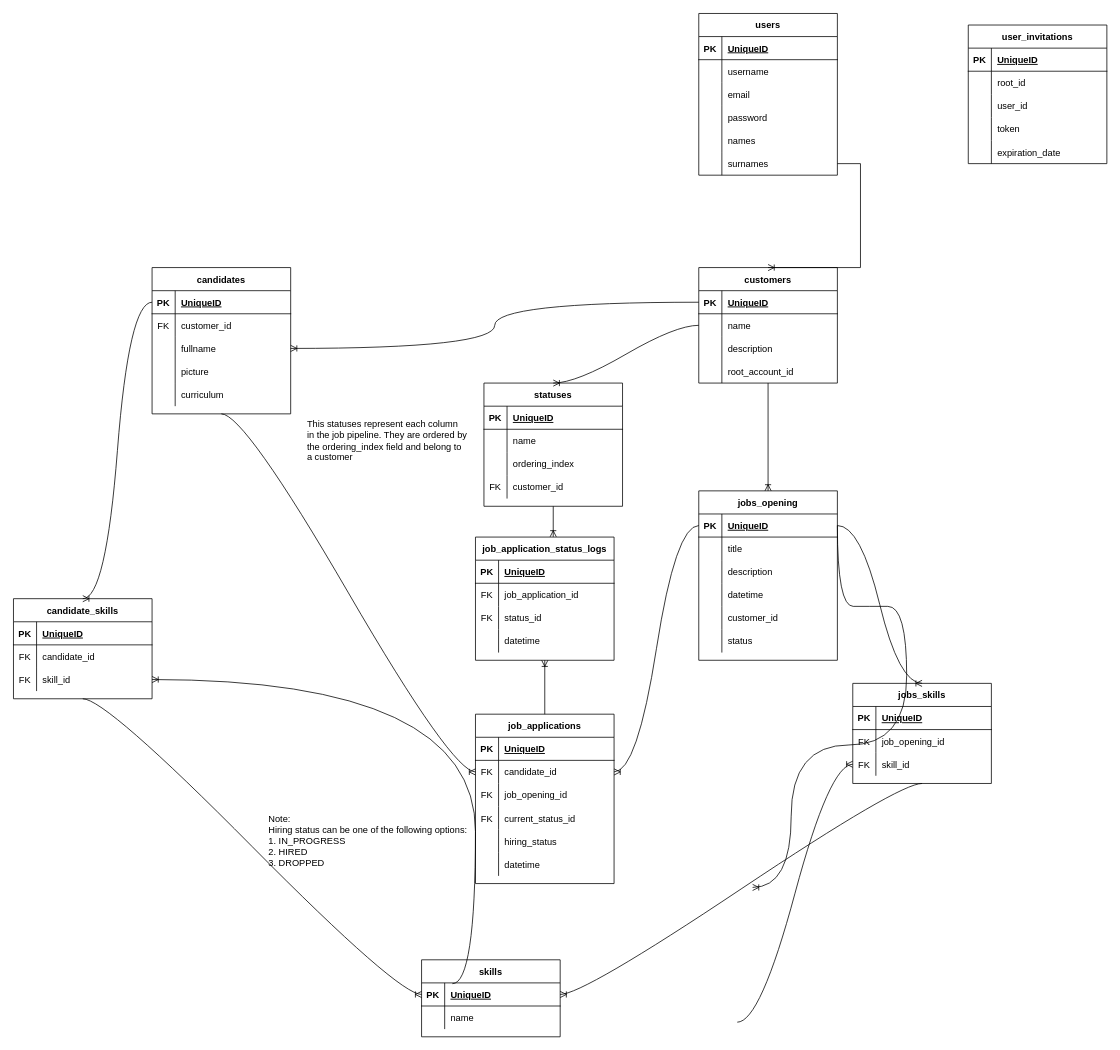
Earlier version of the draw.io diagram Data Structure.drawio (choucoder/multi-tenant-ats). Source tidied: cells renumbered, new cells numbered last; positions are measured from the earlier drawing's top-left corner, leaving out a move shared by most shapes. Both pictures are drawn from the tidied source at 77%, with x=0, y=0 at pixel (13, 13).
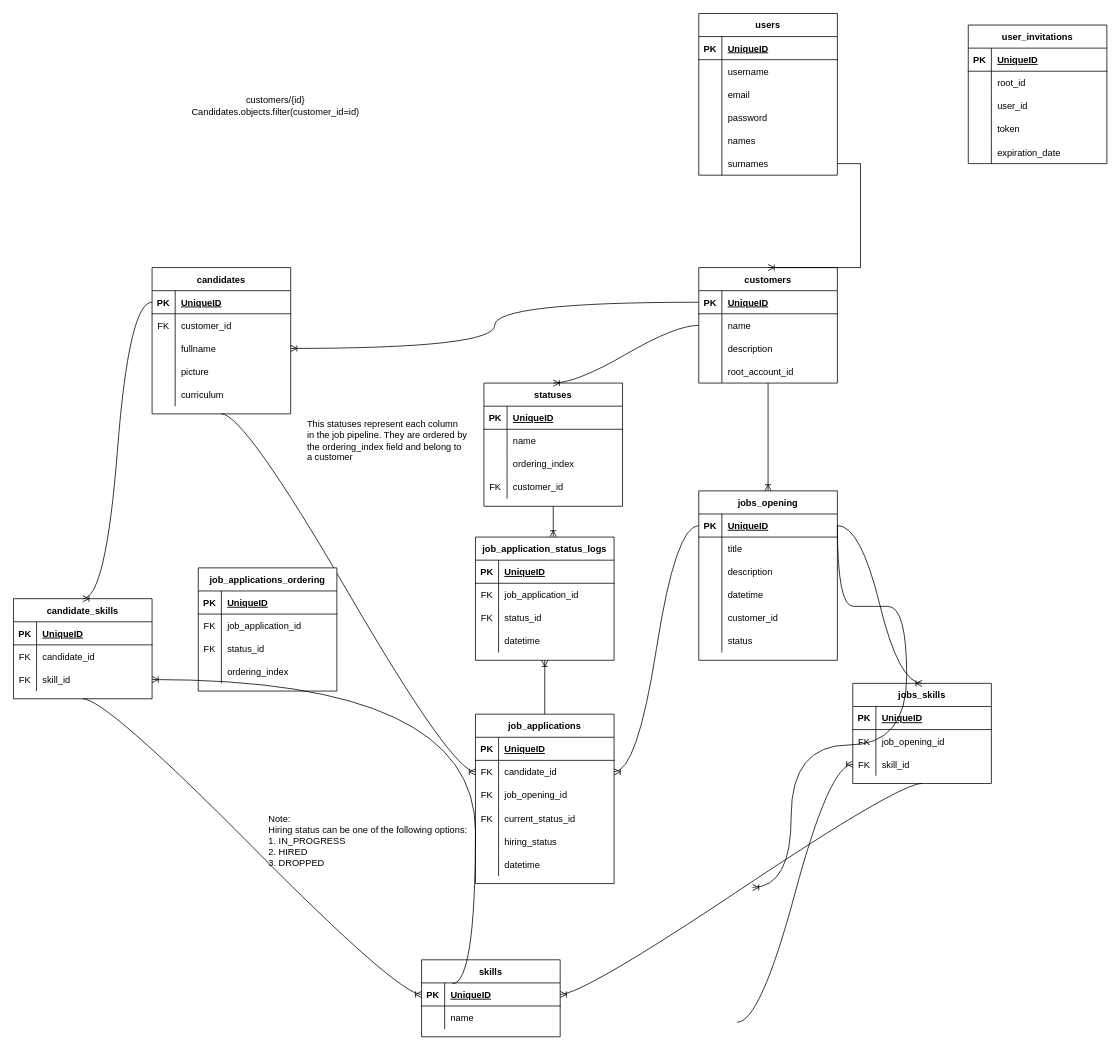
The same diagram, later.

Diff of the diagram source:
```diff
@@
+    <mxCell id="174" value="customers/{id}&lt;br&gt;Candidates.objects.filter(customer_id=id)" style="text;html=1;align=center;verticalAlign=middle;strokeColor=none;fillColor=none;" parent="1" vertex="1">
+      <mxGeometry x="220" y="100" width="240" height="40" as="geometry" />
+    </mxCell>
+    <mxCell id="175" value="job_applications_ordering" style="shape=table;startSize=30;childLayout=tableLayout;rowLines=0;fontStyle=1;align=center;" parent="1" vertex="1">
+      <mxGeometry x="240" y="720" width="180" height="160" as="geometry" />
+    </mxCell>
+    <mxCell id="176" style="shape=tableRow;horizontal=0;startSize=0;swimlaneHead=0;swimlaneBody=0;fillColor=none;top=0;left=0;right=0;bottom=1;" parent="175" vertex="1">
+      <mxGeometry y="30" width="180" height="30" as="geometry" />
+    </mxCell>
+    <mxCell id="177" value="PK" style="shape=partialRectangle;fillColor=none;top=0;left=0;bottom=0;right=0;fontStyle=1;overflow=hidden;" parent="176" vertex="1">
+      <mxGeometry width="30" height="30" as="geometry" />
+    </mxCell>
+    <mxCell id="178" value="UniqueID" style="shape=partialRectangle;fillColor=none;top=0;left=0;bottom=0;right=0;align=left;spacingLeft=6;fontStyle=5;overflow=hidden;" parent="176" vertex="1">
+      <mxGeometry x="30" width="150" height="30" as="geometry" />
+    </mxCell>
+    <mxCell id="179" style="shape=tableRow;horizontal=0;startSize=0;swimlaneHead=0;swimlaneBody=0;fillColor=none;top=0;left=0;right=0;bottom=0;" parent="175" vertex="1">
+      <mxGeometry y="60" width="180" height="30" as="geometry" />
+    </mxCell>
+    <mxCell id="180" value="FK" style="shape=partialRectangle;fillColor=none;top=0;left=0;bottom=0;right=0;overflow=hidden;" parent="179" vertex="1">
+      <mxGeometry width="30" height="30" as="geometry" />
+    </mxCell>
+    <mxCell id="181" value="job_application_id" style="shape=partialRectangle;fillColor=none;top=0;left=0;bottom=0;right=0;align=left;spacingLeft=6;overflow=hidden;" parent="179" vertex="1">
+      <mxGeometry x="30" width="150" height="30" as="geometry" />
+    </mxCell>
+    <mxCell id="182" style="shape=tableRow;horizontal=0;startSize=0;swimlaneHead=0;swimlaneBody=0;fillColor=none;top=0;left=0;right=0;bottom=0;" parent="175" vertex="1">
+      <mxGeometry y="90" width="180" height="30" as="geometry" />
+    </mxCell>
+    <mxCell id="183" value="FK" style="shape=partialRectangle;fillColor=none;top=0;left=0;bottom=0;right=0;overflow=hidden;" parent="182" vertex="1">
+      <mxGeometry width="30" height="30" as="geometry" />
+    </mxCell>
+    <mxCell id="184" value="status_id" style="shape=partialRectangle;fillColor=none;top=0;left=0;bottom=0;right=0;align=left;spacingLeft=6;overflow=hidden;" parent="182" vertex="1">
+      <mxGeometry x="30" width="150" height="30" as="geometry" />
+    </mxCell>
+    <mxCell id="185" style="shape=tableRow;horizontal=0;startSize=0;swimlaneHead=0;swimlaneBody=0;fillColor=none;top=0;left=0;right=0;bottom=0;" parent="175" vertex="1">
+      <mxGeometry y="120" width="180" height="30" as="geometry" />
+    </mxCell>
+    <mxCell id="186" style="shape=partialRectangle;fillColor=none;top=0;left=0;bottom=0;right=0;overflow=hidden;" parent="185" vertex="1">
+      <mxGeometry width="30" height="30" as="geometry" />
+    </mxCell>
+    <mxCell id="187" value="ordering_index" style="shape=partialRectangle;fillColor=none;top=0;left=0;bottom=0;right=0;align=left;spacingLeft=6;overflow=hidden;" parent="185" vertex="1">
+      <mxGeometry x="30" width="150" height="30" as="geometry" />
+    </mxCell>
```
